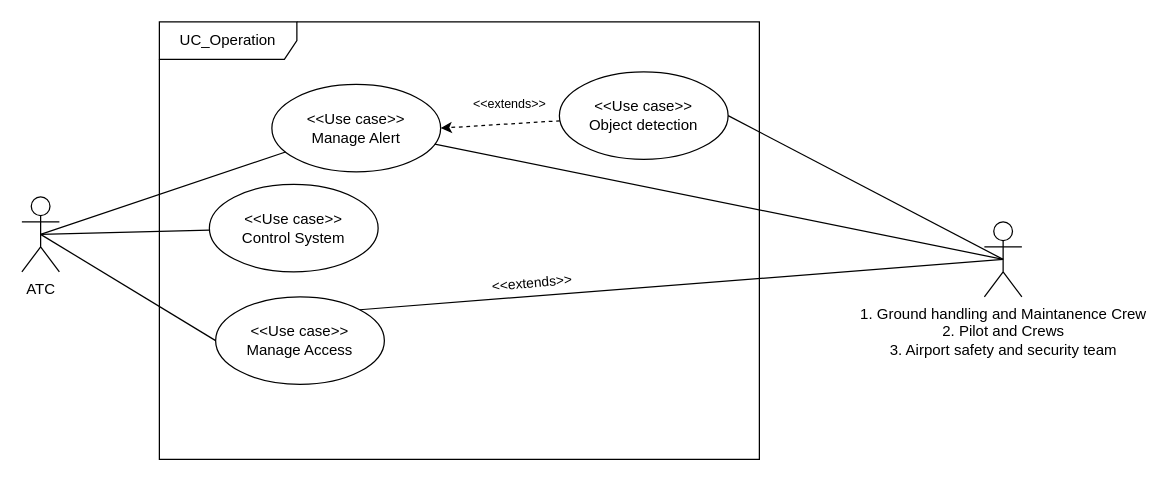
varuneranki/MBSE keeps this draw.io diagram as use_case.drawio. Above is the earlier version. Source tidied: cells renumbered, new cells numbered last; positions are measured from the earlier drawing's top-left corner, leaving out a move shared by most shapes. Both pictures are drawn from the tidied source at 125%, with x=0, y=0 at pixel (21, 21).
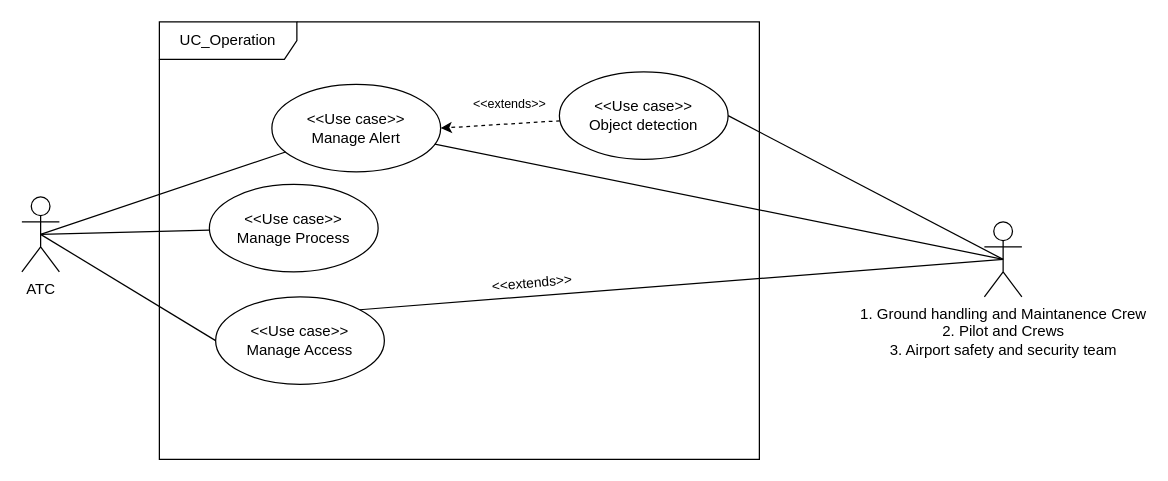
The same diagram, later.

Change to the diagram source:
```diff
@@
 <mxGraphModel>
   <root>
     <mxCell id="0" />
     <mxCell id="1" parent="0" />
     <mxCell id="2" value="UC_Operation" style="shape=umlFrame;whiteSpace=wrap;html=1;width=110;height=30;" parent="1" vertex="1">
       <mxGeometry x="110" width="480" height="350" as="geometry" />
     </mxCell>
     <mxCell id="3" value="&lt;div&gt;&amp;lt;&amp;lt;Use case&amp;gt;&amp;gt;&lt;/div&gt;&lt;div&gt;Manage Access&lt;/div&gt;" style="ellipse;html=1;whiteSpace=wrap;" parent="2" vertex="1">
       <mxGeometry x="45" y="220" width="135" height="70" as="geometry" />
     </mxCell>
     <mxCell id="4" style="rounded=0;jettySize=auto;html=1;entryX=1;entryY=0.5;entryDx=0;entryDy=0;dashed=1;" parent="2" edge="1" source="5" target="6">
       <mxGeometry relative="1" as="geometry" />
     </mxCell>
     <mxCell id="5" value="&lt;div&gt;&amp;lt;&amp;lt;Use case&amp;gt;&amp;gt;&lt;/div&gt;&lt;div&gt;Object detection&lt;/div&gt;" style="ellipse;html=1;whiteSpace=wrap;" parent="2" vertex="1">
       <mxGeometry x="320" y="40" width="135" height="70" as="geometry" />
     </mxCell>
     <mxCell id="6" value="&lt;div&gt;&amp;lt;&amp;lt;Use case&amp;gt;&amp;gt;&lt;/div&gt;&lt;div&gt;Manage Alert&lt;/div&gt;" style="ellipse;html=1;whiteSpace=wrap;" parent="2" vertex="1">
       <mxGeometry x="90" y="50" width="135" height="70" as="geometry" />
     </mxCell>
     <mxCell id="7" value="&lt;font style=&quot;font-size: 10px;&quot;&gt;&amp;lt;&amp;lt;extends&amp;gt;&amp;gt;&lt;/font&gt;" style="text;html=1;align=center;verticalAlign=middle;strokeColor=none;fillColor=none;" parent="2" vertex="1">
       <mxGeometry x="240" y="50" width="80" height="30" as="geometry" />
     </mxCell>
-    <mxCell id="8" value="&lt;div&gt;&amp;lt;&amp;lt;Use case&amp;gt;&amp;gt;&lt;/div&gt;&lt;div&gt;Control System&lt;/div&gt;" style="ellipse;html=1;whiteSpace=wrap;" parent="2" vertex="1">
+    <mxCell id="8" value="&lt;div&gt;&amp;lt;&amp;lt;Use case&amp;gt;&amp;gt;&lt;/div&gt;&lt;div&gt;Manage Process&lt;/div&gt;" style="ellipse;html=1;whiteSpace=wrap;" parent="2" vertex="1">
       <mxGeometry x="40" y="130" width="135" height="70" as="geometry" />
     </mxCell>
     <mxCell id="9" style="rounded=0;jettySize=auto;html=1;entryX=1;entryY=0.5;entryDx=0;entryDy=0;exitX=0.5;exitY=0.5;exitDx=0;exitDy=0;exitPerimeter=0;endArrow=none;endFill=0;" parent="1" edge="1" source="14" target="5">
       <mxGeometry relative="1" as="geometry" />
     </mxCell>
     <mxCell id="10" style="rounded=0;jettySize=auto;html=1;exitX=0.5;exitY=0.5;exitDx=0;exitDy=0;exitPerimeter=0;entryX=0;entryY=0.5;entryDx=0;entryDy=0;endArrow=none;endFill=0;" parent="1" edge="1" source="11" target="3">
       <mxGeometry relative="1" as="geometry" />
     </mxCell>
     <mxCell id="11" value="ATC" style="shape=umlActor;verticalLabelPosition=bottom;verticalAlign=top;html=1;outlineConnect=0;" parent="1" vertex="1">
       <mxGeometry y="140" width="30" height="60" as="geometry" />
     </mxCell>
     <mxCell id="12" style="rounded=0;jettySize=auto;html=1;exitX=1;exitY=0;exitDx=0;exitDy=0;entryX=0.5;entryY=0.5;entryDx=0;entryDy=0;entryPerimeter=0;endArrow=none;endFill=0;" parent="1" edge="1" target="14">
       <mxGeometry relative="1" as="geometry">
         <mxPoint x="270.3" y="230.3" as="sourcePoint" />
       </mxGeometry>
     </mxCell>
     <mxCell id="13" value="&amp;lt;&amp;lt;extends&amp;gt;&amp;gt;" style="edgeLabel;html=1;align=center;verticalAlign=middle;rotation=-5;" parent="12" vertex="1">
       <mxGeometry x="-0.38" y="-3" relative="1" as="geometry">
         <mxPoint x="-23" y="-12" as="offset" />
       </mxGeometry>
     </mxCell>
     <mxCell id="14" value="1. Ground handling and Maintanence Crew&lt;div&gt;&lt;div style=&quot;text-wrap: wrap;&quot;&gt;&lt;span style=&quot;background-color: initial;&quot;&gt;2. Pilot and Crews&lt;/span&gt;&lt;/div&gt;&lt;div style=&quot;text-wrap: wrap;&quot;&gt;&lt;span style=&quot;background-color: initial;&quot;&gt;3. Airport safety and security team&lt;/span&gt;&lt;/div&gt;&lt;/div&gt;" style="shape=umlActor;verticalLabelPosition=bottom;verticalAlign=top;html=1;outlineConnect=0;" parent="1" vertex="1">
       <mxGeometry x="770" y="160" width="30" height="60" as="geometry" />
     </mxCell>
     <mxCell id="15" style="rounded=0;jettySize=auto;html=1;entryX=0.5;entryY=0.5;entryDx=0;entryDy=0;entryPerimeter=0;endArrow=none;endFill=0;" parent="1" edge="1" source="6" target="11">
       <mxGeometry relative="1" as="geometry" />
     </mxCell>
     <mxCell id="16" style="rounded=0;jettySize=auto;html=1;entryX=0.5;entryY=0.5;entryDx=0;entryDy=0;entryPerimeter=0;endArrow=none;endFill=0;" parent="1" edge="1" source="6" target="14">
       <mxGeometry relative="1" as="geometry" />
     </mxCell>
     <mxCell id="17" style="rounded=0;jettySize=auto;html=1;entryX=0.5;entryY=0.5;entryDx=0;entryDy=0;entryPerimeter=0;endArrow=none;endFill=0;" parent="1" edge="1" source="8" target="11">
       <mxGeometry relative="1" as="geometry" />
     </mxCell>
   </root>
 </mxGraphModel>
```
